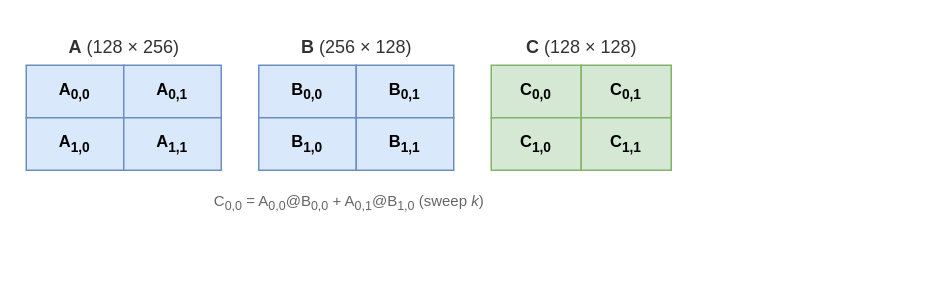
Earlier version of the draw.io diagram images/basics-puzzle8.drawio (vorushin/pallas_puzzles). Source tidied: cells renumbered, new cells numbered last; positions are measured from the earlier drawing's top-left corner, leaving out a move shared by most shapes. Both pictures are drawn from the tidied source at 150%, with x=0, y=0 at pixel (26, 26).
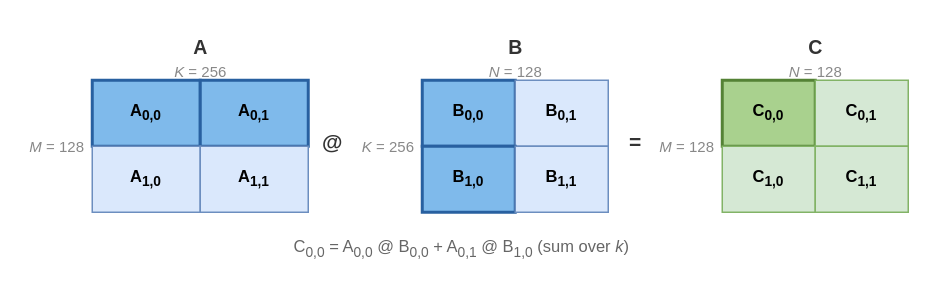
The same page after the edit.

Commit message (it also covers changes not shown here):
basics Puzzle 8 diagram: add dimension labels and tile highlighting

Show M=128, K=256, N=128 on matrix edges. Highlight row 0 of A,
col 0 of B, and C₀,₀ to visualize which tiles contribute to one
output tile. Add @ and = operators between matrices.

The edit, as a diff of the source:
```diff
@@
-    <mxCell id="2" value="&lt;b&gt;A&lt;/b&gt; (128 &amp;times; 256)" style="text;fontSize=12;fontColor=#333333;align=center;html=1;" parent="1" vertex="1">
-      <mxGeometry width="130" height="22" as="geometry" />
+    <mxCell id="2" value="&lt;b&gt;A&lt;/b&gt;" style="text;fontSize=13;fontColor=#333333;align=center;html=1;" parent="1" vertex="1">
+      <mxGeometry x="44" width="144" height="18" as="geometry" />
     </mxCell>
-    <mxCell id="3" value="&lt;b&gt;B&lt;/b&gt; (256 &amp;times; 128)" style="text;fontSize=12;fontColor=#333333;align=center;html=1;" parent="1" vertex="1">
-      <mxGeometry x="155" width="130" height="22" as="geometry" />
+    <mxCell id="3" value="&lt;b&gt;B&lt;/b&gt;" style="text;fontSize=13;fontColor=#333333;align=center;html=1;" parent="1" vertex="1">
+      <mxGeometry x="264" width="124" height="18" as="geometry" />
     </mxCell>
-    <mxCell id="4" value="&lt;b&gt;C&lt;/b&gt; (128 &amp;times; 128)" style="text;fontSize=12;fontColor=#333333;align=center;html=1;" parent="1" vertex="1">
-      <mxGeometry x="310" width="120" height="22" as="geometry" />
+    <mxCell id="4" value="&lt;b&gt;C&lt;/b&gt;" style="text;fontSize=13;fontColor=#333333;align=center;html=1;" parent="1" vertex="1">
+      <mxGeometry x="464" width="124" height="18" as="geometry" />
     </mxCell>
+    <mxCell id="18" value="&lt;i&gt;K&lt;/i&gt; = 256" style="text;fontSize=10;fontColor=#888888;align=center;html=1;" parent="1" vertex="1">
+      <mxGeometry x="44" y="18" width="144" height="16" as="geometry" />
+    </mxCell>
+    <mxCell id="19" value="&lt;i&gt;N&lt;/i&gt; = 128" style="text;fontSize=10;fontColor=#888888;align=center;html=1;" parent="1" vertex="1">
+      <mxGeometry x="264" y="18" width="124" height="16" as="geometry" />
+    </mxCell>
+    <mxCell id="20" value="&lt;i&gt;N&lt;/i&gt; = 128" style="text;fontSize=10;fontColor=#888888;align=center;html=1;" parent="1" vertex="1">
+      <mxGeometry x="464" y="18" width="124" height="16" as="geometry" />
+    </mxCell>
+    <mxCell id="21" value="&lt;i&gt;M&lt;/i&gt; = 128" style="text;fontSize=10;fontColor=#888888;align=right;html=1;verticalAlign=middle;" parent="1" vertex="1">
+      <mxGeometry y="36" width="40" height="88" as="geometry" />
+    </mxCell>
+    <mxCell id="22" value="&lt;i&gt;K&lt;/i&gt; = 256" style="text;fontSize=10;fontColor=#888888;align=right;html=1;verticalAlign=middle;" parent="1" vertex="1">
+      <mxGeometry x="222" y="36" width="38" height="88" as="geometry" />
+    </mxCell>
+    <mxCell id="23" value="&lt;i&gt;M&lt;/i&gt; = 128" style="text;fontSize=10;fontColor=#888888;align=right;html=1;verticalAlign=middle;" parent="1" vertex="1">
+      <mxGeometry x="420" y="36" width="40" height="88" as="geometry" />
+    </mxCell>
-    <mxCell id="5" value="A&lt;sub&gt;0,0&lt;/sub&gt;" style="rounded=0;whiteSpace=wrap;fillColor=#dae8fc;strokeColor=#6c8ebf;fontSize=11;fontStyle=1;html=1;" parent="1" vertex="1">
-      <mxGeometry y="26" width="65" height="35" as="geometry" />
+    <mxCell id="5" value="A&lt;sub&gt;0,0&lt;/sub&gt;" style="rounded=0;whiteSpace=wrap;fillColor=#7fbaeb;strokeColor=#2860a0;strokeWidth=2;fontSize=11;fontStyle=1;html=1;" parent="1" vertex="1">
+      <mxGeometry x="44" y="36" width="72" height="44" as="geometry" />
     </mxCell>
-    <mxCell id="6" value="A&lt;sub&gt;0,1&lt;/sub&gt;" style="rounded=0;whiteSpace=wrap;fillColor=#dae8fc;strokeColor=#6c8ebf;fontSize=11;fontStyle=1;html=1;" parent="1" vertex="1">
-      <mxGeometry x="65" y="26" width="65" height="35" as="geometry" />
+    <mxCell id="6" value="A&lt;sub&gt;0,1&lt;/sub&gt;" style="rounded=0;whiteSpace=wrap;fillColor=#7fbaeb;strokeColor=#2860a0;strokeWidth=2;fontSize=11;fontStyle=1;html=1;" parent="1" vertex="1">
+      <mxGeometry x="116" y="36" width="72" height="44" as="geometry" />
     </mxCell>
     <mxCell id="7" value="A&lt;sub&gt;1,0&lt;/sub&gt;" style="rounded=0;whiteSpace=wrap;fillColor=#dae8fc;strokeColor=#6c8ebf;fontSize=11;fontStyle=1;html=1;" parent="1" vertex="1">
-      <mxGeometry y="61" width="65" height="35" as="geometry" />
+      <mxGeometry x="44" y="80" width="72" height="44" as="geometry" />
     </mxCell>
     <mxCell id="8" value="A&lt;sub&gt;1,1&lt;/sub&gt;" style="rounded=0;whiteSpace=wrap;fillColor=#dae8fc;strokeColor=#6c8ebf;fontSize=11;fontStyle=1;html=1;" parent="1" vertex="1">
-      <mxGeometry x="65" y="61" width="65" height="35" as="geometry" />
+      <mxGeometry x="116" y="80" width="72" height="44" as="geometry" />
     </mxCell>
+    <mxCell id="24" value="@" style="text;fontSize=14;fontColor=#333333;align=center;verticalAlign=middle;html=1;fontStyle=1;" parent="1" vertex="1">
+      <mxGeometry x="192" y="65" width="24" height="24" as="geometry" />
+    </mxCell>
-    <mxCell id="9" value="B&lt;sub&gt;0,0&lt;/sub&gt;" style="rounded=0;whiteSpace=wrap;fillColor=#dae8fc;strokeColor=#6c8ebf;fontSize=11;fontStyle=1;html=1;" parent="1" vertex="1">
-      <mxGeometry x="155" y="26" width="65" height="35" as="geometry" />
+    <mxCell id="9" value="B&lt;sub&gt;0,0&lt;/sub&gt;" style="rounded=0;whiteSpace=wrap;fillColor=#7fbaeb;strokeColor=#2860a0;strokeWidth=2;fontSize=11;fontStyle=1;html=1;" parent="1" vertex="1">
+      <mxGeometry x="264" y="36" width="62" height="44" as="geometry" />
     </mxCell>
     <mxCell id="10" value="B&lt;sub&gt;0,1&lt;/sub&gt;" style="rounded=0;whiteSpace=wrap;fillColor=#dae8fc;strokeColor=#6c8ebf;fontSize=11;fontStyle=1;html=1;" parent="1" vertex="1">
-      <mxGeometry x="220" y="26" width="65" height="35" as="geometry" />
+      <mxGeometry x="326" y="36" width="62" height="44" as="geometry" />
     </mxCell>
-    <mxCell id="11" value="B&lt;sub&gt;1,0&lt;/sub&gt;" style="rounded=0;whiteSpace=wrap;fillColor=#dae8fc;strokeColor=#6c8ebf;fontSize=11;fontStyle=1;html=1;" parent="1" vertex="1">
-      <mxGeometry x="155" y="61" width="65" height="35" as="geometry" />
+    <mxCell id="11" value="B&lt;sub&gt;1,0&lt;/sub&gt;" style="rounded=0;whiteSpace=wrap;fillColor=#7fbaeb;strokeColor=#2860a0;strokeWidth=2;fontSize=11;fontStyle=1;html=1;" parent="1" vertex="1">
+      <mxGeometry x="264" y="80" width="62" height="44" as="geometry" />
     </mxCell>
     <mxCell id="12" value="B&lt;sub&gt;1,1&lt;/sub&gt;" style="rounded=0;whiteSpace=wrap;fillColor=#dae8fc;strokeColor=#6c8ebf;fontSize=11;fontStyle=1;html=1;" parent="1" vertex="1">
-      <mxGeometry x="220" y="61" width="65" height="35" as="geometry" />
+      <mxGeometry x="326" y="80" width="62" height="44" as="geometry" />
     </mxCell>
+    <mxCell id="25" value="=" style="text;fontSize=14;fontColor=#333333;align=center;verticalAlign=middle;html=1;fontStyle=1;" parent="1" vertex="1">
+      <mxGeometry x="394" y="65" width="24" height="24" as="geometry" />
+    </mxCell>
-    <mxCell id="13" value="C&lt;sub&gt;0,0&lt;/sub&gt;" style="rounded=0;whiteSpace=wrap;fillColor=#d5e8d4;strokeColor=#82b366;fontSize=11;fontStyle=1;html=1;" parent="1" vertex="1">
-      <mxGeometry x="310" y="26" width="60" height="35" as="geometry" />
+    <mxCell id="13" value="C&lt;sub&gt;0,0&lt;/sub&gt;" style="rounded=0;whiteSpace=wrap;fillColor=#a9d18e;strokeColor=#548235;strokeWidth=2;fontSize=11;fontStyle=1;html=1;" parent="1" vertex="1">
+      <mxGeometry x="464" y="36" width="62" height="44" as="geometry" />
     </mxCell>
     <mxCell id="14" value="C&lt;sub&gt;0,1&lt;/sub&gt;" style="rounded=0;whiteSpace=wrap;fillColor=#d5e8d4;strokeColor=#82b366;fontSize=11;fontStyle=1;html=1;" parent="1" vertex="1">
-      <mxGeometry x="370" y="26" width="60" height="35" as="geometry" />
+      <mxGeometry x="526" y="36" width="62" height="44" as="geometry" />
     </mxCell>
     <mxCell id="15" value="C&lt;sub&gt;1,0&lt;/sub&gt;" style="rounded=0;whiteSpace=wrap;fillColor=#d5e8d4;strokeColor=#82b366;fontSize=11;fontStyle=1;html=1;" parent="1" vertex="1">
-      <mxGeometry x="310" y="61" width="60" height="35" as="geometry" />
+      <mxGeometry x="464" y="80" width="62" height="44" as="geometry" />
     </mxCell>
     <mxCell id="16" value="C&lt;sub&gt;1,1&lt;/sub&gt;" style="rounded=0;whiteSpace=wrap;fillColor=#d5e8d4;strokeColor=#82b366;fontSize=11;fontStyle=1;html=1;" parent="1" vertex="1">
-      <mxGeometry x="370" y="61" width="60" height="35" as="geometry" />
+      <mxGeometry x="526" y="80" width="62" height="44" as="geometry" />
     </mxCell>
-    <mxCell id="17" value="C&lt;sub&gt;0,0&lt;/sub&gt; = A&lt;sub&gt;0,0&lt;/sub&gt;@B&lt;sub&gt;0,0&lt;/sub&gt; + A&lt;sub&gt;0,1&lt;/sub&gt;@B&lt;sub&gt;1,0&lt;/sub&gt;  (sweep &lt;i&gt;k&lt;/i&gt;)" style="text;fontSize=10;fontColor=#666666;fontStyle=0;align=center;html=1;" parent="1" vertex="1">
-      <mxGeometry x="30" y="104" width="370" height="18" as="geometry" />
+    <mxCell id="17" value="C&lt;sub&gt;0,0&lt;/sub&gt; = A&lt;sub&gt;0,0&lt;/sub&gt; @ B&lt;sub&gt;0,0&lt;/sub&gt; + A&lt;sub&gt;0,1&lt;/sub&gt; @ B&lt;sub&gt;1,0&lt;/sub&gt;  (sum over &lt;i&gt;k&lt;/i&gt;)" style="text;fontSize=11;fontColor=#666666;fontStyle=0;align=center;html=1;" parent="1" vertex="1">
+      <mxGeometry x="40" y="134" width="500" height="20" as="geometry" />
     </mxCell>
```
